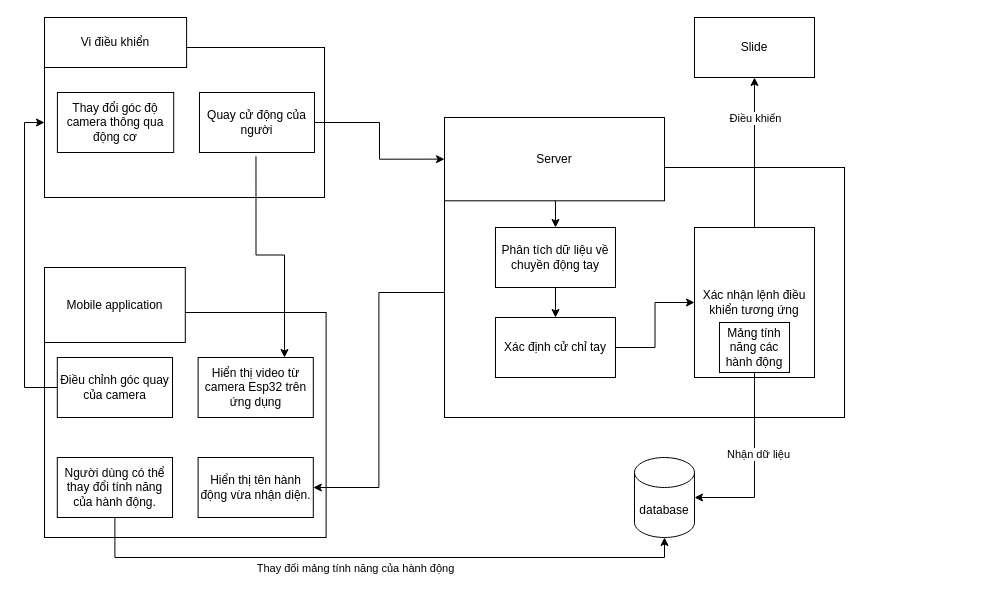
This is page "Flow application" (3 of 6) of Diagram.drawio from thanhvinh73/PBL4, a draw.io file, before an edit. Source tidied: cells renumbered, new cells numbered last; positions are measured from the earlier drawing's top-left corner, leaving out a move shared by most shapes. Both pictures are drawn from the tidied source at 100%, with x=0, y=0 at pixel (24, 17).
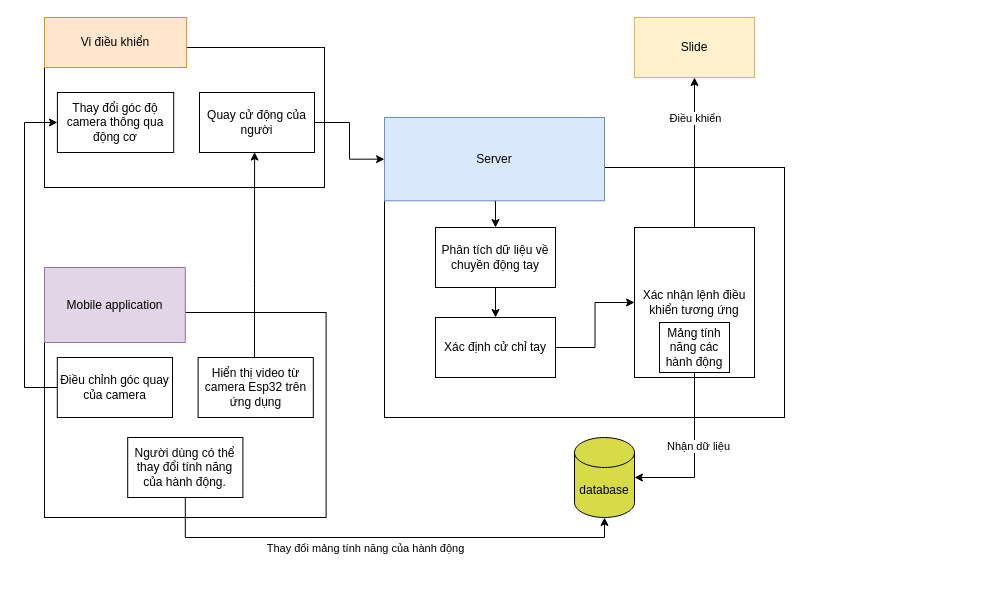
The same page after the edit.

Diff of the diagram source:
```diff
@@
-    <mxCell id="2" style="group;align=left;" parent="1" vertex="1">
-      <mxGeometry x="20" width="310" height="180" as="geometry" />
-    </mxCell>
-    <mxCell id="3" style="rounded=0;whiteSpace=wrap;html=1;" parent="2" vertex="1">
-      <mxGeometry y="30" width="280" height="150" as="geometry" />
+    <mxCell id="3" style="rounded=0;whiteSpace=wrap;html=1;" parent="1" vertex="1">
+      <mxGeometry x="20" y="30" width="280" height="140" as="geometry" />
     </mxCell>
+    <mxCell id="18" style="rounded=0;whiteSpace=wrap;html=1;" parent="1" vertex="1">
+      <mxGeometry x="20" y="295" width="281.6" height="205" as="geometry" />
+    </mxCell>
+    <mxCell id="26" style="edgeStyle=orthogonalEdgeStyle;rounded=0;jettySize=auto;html=1;entryX=0;entryY=0.5;entryDx=0;entryDy=0;" parent="1" edge="1" source="20" target="6">
+      <mxGeometry relative="1" as="geometry">
+        <Array as="points">
+          <mxPoint y="370" />
+          <mxPoint y="105" />
+        </Array>
+      </mxGeometry>
+    </mxCell>
+    <mxCell id="28" style="edgeStyle=orthogonalEdgeStyle;rounded=0;jettySize=auto;html=1;exitX=0.5;exitY=1;exitDx=0;exitDy=0;entryX=0.5;entryY=1;entryDx=0;entryDy=0;entryPerimeter=0;" parent="1" edge="1" source="21" target="24">
+      <mxGeometry relative="1" as="geometry" />
+    </mxCell>
+    <mxCell id="29" value="Thay đổi mảng tính năng của hành động" style="edgeLabel;html=1;align=center;verticalAlign=middle;" parent="28" vertex="1">
+      <mxGeometry x="-0.08" y="-3" relative="1" as="geometry">
+        <mxPoint y="7" as="offset" />
+      </mxGeometry>
+    </mxCell>
+    <mxCell id="19" value="Mobile application" style="rounded=0;whiteSpace=wrap;html=1;fillColor=#e1d5e7;strokeColor=#9673a6;" parent="1" vertex="1">
+      <mxGeometry x="20" y="250" width="140.8" height="75" as="geometry" />
+    </mxCell>
+    <mxCell id="21" value="Người dùng có thể thay đổi tính năng của hành động." style="rounded=0;whiteSpace=wrap;html=1;" parent="1" vertex="1">
+      <mxGeometry x="103.2" y="420" width="115.2" height="60" as="geometry" />
+    </mxCell>
+    <mxCell id="20" value="Điều chỉnh góc quay của camera" style="rounded=0;whiteSpace=wrap;html=1;" parent="1" vertex="1">
+      <mxGeometry x="32.8" y="340" width="115.2" height="60" as="geometry" />
+    </mxCell>
+    <mxCell id="36" style="edgeStyle=orthogonalEdgeStyle;rounded=0;jettySize=auto;html=1;entryX=0.479;entryY=0.993;entryDx=0;entryDy=0;entryPerimeter=0;" parent="1" edge="1" source="23" target="5">
+      <mxGeometry relative="1" as="geometry">
+        <Array as="points">
+          <mxPoint x="230" y="270" />
+          <mxPoint x="230" y="270" />
+        </Array>
+      </mxGeometry>
+    </mxCell>
+    <mxCell id="23" value="Hiển thị video từ camera Esp32 trên ứng dụng" style="rounded=0;whiteSpace=wrap;html=1;" parent="1" vertex="1">
+      <mxGeometry x="173.6" y="340" width="115.2" height="60" as="geometry" />
+    </mxCell>
-    <mxCell id="4" value="Vi điều khiển" style="rounded=0;whiteSpace=wrap;html=1;" parent="2" vertex="1">
-      <mxGeometry width="142.1" height="50" as="geometry" />
+    <mxCell id="4" value="Vi điều khiển" style="rounded=0;whiteSpace=wrap;html=1;fillColor=#ffe6cc;strokeColor=#d79b00;" parent="1" vertex="1">
+      <mxGeometry x="20" width="142.1" height="50" as="geometry" />
     </mxCell>
+    <mxCell id="6" value="Thay đổi góc độ camera thông qua động cơ" style="rounded=0;whiteSpace=wrap;html=1;" parent="1" vertex="1">
+      <mxGeometry x="32.9" y="75" width="116.3" height="60" as="geometry" />
+    </mxCell>
+    <mxCell id="32" style="edgeStyle=orthogonalEdgeStyle;rounded=0;jettySize=auto;html=1;entryX=0;entryY=0.5;entryDx=0;entryDy=0;" parent="1" edge="1" source="5" target="10">
+      <mxGeometry relative="1" as="geometry" />
+    </mxCell>
-    <mxCell id="5" value="Quay cử động của người" style="rounded=0;whiteSpace=wrap;html=1;" parent="2" vertex="1">
-      <mxGeometry x="155" y="75" width="115" height="60" as="geometry" />
+    <mxCell id="5" value="Quay cử động của người" style="rounded=0;whiteSpace=wrap;html=1;" parent="1" vertex="1">
+      <mxGeometry x="175" y="75" width="115" height="60" as="geometry" />
     </mxCell>
-    <mxCell id="6" value="Thay đổi góc độ camera thông qua động cơ" style="rounded=0;whiteSpace=wrap;html=1;" parent="2" vertex="1">
-      <mxGeometry x="12.9" y="75" width="116.3" height="60" as="geometry" />
-    </mxCell>
-    <mxCell id="7" style="group;" parent="1" vertex="1">
-      <mxGeometry x="420" y="100" width="540" height="300" as="geometry" />
-    </mxCell>
-    <mxCell id="8" style="rounded=0;whiteSpace=wrap;html=1;" parent="7" vertex="1">
-      <mxGeometry y="50" width="400" height="250" as="geometry" />
+    <mxCell id="8" style="rounded=0;whiteSpace=wrap;html=1;" parent="1" vertex="1">
+      <mxGeometry x="360" y="150" width="400" height="250" as="geometry" />
     </mxCell>
-    <mxCell id="9" style="edgeStyle=orthogonalEdgeStyle;rounded=0;jettySize=auto;html=1;exitX=0.5;exitY=1;exitDx=0;exitDy=0;entryX=0.5;entryY=0;entryDx=0;entryDy=0;" parent="7" edge="1" source="10" target="12">
+    <mxCell id="9" style="edgeStyle=orthogonalEdgeStyle;rounded=0;jettySize=auto;html=1;exitX=0.5;exitY=1;exitDx=0;exitDy=0;entryX=0.5;entryY=0;entryDx=0;entryDy=0;" parent="1" edge="1" source="10" target="12">
       <mxGeometry relative="1" as="geometry" />
     </mxCell>
-    <mxCell id="10" value="Server" style="rounded=0;whiteSpace=wrap;html=1;" parent="7" vertex="1">
-      <mxGeometry width="220" height="83.3" as="geometry" />
+    <mxCell id="10" value="Server" style="rounded=0;whiteSpace=wrap;html=1;fillColor=#dae8fc;strokeColor=#6c8ebf;" parent="1" vertex="1">
+      <mxGeometry x="360" y="100" width="220" height="83.3" as="geometry" />
     </mxCell>
-    <mxCell id="11" style="edgeStyle=orthogonalEdgeStyle;rounded=0;jettySize=auto;html=1;exitX=0.5;exitY=1;exitDx=0;exitDy=0;entryX=0.5;entryY=0;entryDx=0;entryDy=0;" parent="7" edge="1" source="12" target="14">
+    <mxCell id="11" style="edgeStyle=orthogonalEdgeStyle;rounded=0;jettySize=auto;html=1;exitX=0.5;exitY=1;exitDx=0;exitDy=0;entryX=0.5;entryY=0;entryDx=0;entryDy=0;" parent="1" edge="1" source="12" target="14">
       <mxGeometry relative="1" as="geometry" />
     </mxCell>
-    <mxCell id="12" value="Phân tích dữ liệu về chuyền động tay" style="rounded=0;whiteSpace=wrap;html=1;" parent="7" vertex="1">
-      <mxGeometry x="51" y="110" width="120" height="60" as="geometry" />
+    <mxCell id="12" value="Phân tích dữ liệu về chuyền động tay" style="rounded=0;whiteSpace=wrap;html=1;" parent="1" vertex="1">
+      <mxGeometry x="411" y="210" width="120" height="60" as="geometry" />
     </mxCell>
-    <mxCell id="13" style="edgeStyle=orthogonalEdgeStyle;rounded=0;jettySize=auto;html=1;entryX=0;entryY=0.5;entryDx=0;entryDy=0;" parent="7" edge="1" source="14" target="15">
+    <mxCell id="13" style="edgeStyle=orthogonalEdgeStyle;rounded=0;jettySize=auto;html=1;entryX=0;entryY=0.5;entryDx=0;entryDy=0;" parent="1" edge="1" source="14" target="15">
       <mxGeometry relative="1" as="geometry" />
     </mxCell>
-    <mxCell id="14" value="Xác định cử chỉ tay" style="rounded=0;whiteSpace=wrap;html=1;" parent="7" vertex="1">
-      <mxGeometry x="51" y="200" width="120" height="60" as="geometry" />
+    <mxCell id="14" value="Xác định cử chỉ tay" style="rounded=0;whiteSpace=wrap;html=1;" parent="1" vertex="1">
+      <mxGeometry x="411" y="300" width="120" height="60" as="geometry" />
     </mxCell>
-    <mxCell id="15" value="Xác nhận lệnh điều khiển tương ứng" style="rounded=0;whiteSpace=wrap;html=1;" parent="7" vertex="1">
-      <mxGeometry x="250" y="110" width="120" height="150" as="geometry" />
+    <mxCell id="15" value="Xác nhận lệnh điều khiển tương ứng" style="rounded=0;whiteSpace=wrap;html=1;" parent="1" vertex="1">
+      <mxGeometry x="610" y="210" width="120" height="150" as="geometry" />
     </mxCell>
-    <mxCell id="16" value="Mảng tính năng các hành động" style="rounded=0;whiteSpace=wrap;html=1;" parent="7" vertex="1">
-      <mxGeometry x="275" y="205" width="70" height="50" as="geometry" />
+    <mxCell id="16" value="Mảng tính năng các hành động" style="rounded=0;whiteSpace=wrap;html=1;" parent="1" vertex="1">
+      <mxGeometry x="635" y="305" width="70" height="50" as="geometry" />
     </mxCell>
-    <mxCell id="17" style="group;" parent="1" vertex="1">
-      <mxGeometry x="20" y="250" width="320" height="270" as="geometry" />
-    </mxCell>
-    <mxCell id="18" style="rounded=0;whiteSpace=wrap;html=1;" parent="17" vertex="1">
-      <mxGeometry y="45" width="281.6" height="225" as="geometry" />
-    </mxCell>
-    <mxCell id="19" value="Mobile application" style="rounded=0;whiteSpace=wrap;html=1;" parent="17" vertex="1">
-      <mxGeometry width="140.8" height="75" as="geometry" />
-    </mxCell>
-    <mxCell id="20" value="Điều chỉnh góc quay của camera" style="rounded=0;whiteSpace=wrap;html=1;" parent="17" vertex="1">
-      <mxGeometry x="12.8" y="90" width="115.2" height="60" as="geometry" />
-    </mxCell>
-    <mxCell id="21" value="Người dùng có thể thay đổi tính năng của hành động." style="rounded=0;whiteSpace=wrap;html=1;" parent="17" vertex="1">
-      <mxGeometry x="12.8" y="190" width="115.2" height="60" as="geometry" />
-    </mxCell>
-    <mxCell id="22" value="Hiển thị tên hành động vừa nhận diện." style="rounded=0;whiteSpace=wrap;html=1;" parent="17" vertex="1">
-      <mxGeometry x="153.6" y="190" width="115.2" height="60" as="geometry" />
-    </mxCell>
-    <mxCell id="23" value="Hiển thị video từ camera Esp32 trên ứng dụng" style="rounded=0;whiteSpace=wrap;html=1;" parent="17" vertex="1">
-      <mxGeometry x="153.6" y="90" width="115.2" height="60" as="geometry" />
-    </mxCell>
-    <mxCell id="24" value="database" style="shape=cylinder3;whiteSpace=wrap;html=1;boundedLbl=1;backgroundOutline=1;size=15;" parent="1" vertex="1">
-      <mxGeometry x="610" y="440" width="60" height="80" as="geometry" />
+    <mxCell id="24" value="database" style="shape=cylinder3;whiteSpace=wrap;html=1;boundedLbl=1;backgroundOutline=1;size=15;fillColor=#d8db48;" parent="1" vertex="1">
+      <mxGeometry x="550" y="420" width="60" height="80" as="geometry" />
     </mxCell>
-    <mxCell id="25" value="Slide" style="rounded=0;whiteSpace=wrap;html=1;" parent="1" vertex="1">
-      <mxGeometry x="670" width="120" height="60" as="geometry" />
+    <mxCell id="25" value="Slide" style="rounded=0;whiteSpace=wrap;html=1;fillColor=#fff2cc;strokeColor=#d6b656;gradientColor=none;" parent="1" vertex="1">
+      <mxGeometry x="610" width="120" height="60" as="geometry" />
     </mxCell>
-    <mxCell id="26" style="edgeStyle=orthogonalEdgeStyle;rounded=0;jettySize=auto;html=1;entryX=0;entryY=0.5;entryDx=0;entryDy=0;" parent="1" edge="1" source="20" target="3">
-      <mxGeometry relative="1" as="geometry">
-        <Array as="points">
-          <mxPoint y="370" />
-          <mxPoint y="105" />
-        </Array>
-      </mxGeometry>
-    </mxCell>
-    <mxCell id="27" style="edgeStyle=orthogonalEdgeStyle;rounded=0;jettySize=auto;html=1;exitX=0.491;exitY=1.064;exitDx=0;exitDy=0;entryX=0.75;entryY=0;entryDx=0;entryDy=0;exitPerimeter=0;" parent="1" edge="1" source="5" target="23">
-      <mxGeometry relative="1" as="geometry" />
-    </mxCell>
-    <mxCell id="28" style="edgeStyle=orthogonalEdgeStyle;rounded=0;jettySize=auto;html=1;exitX=0.5;exitY=1;exitDx=0;exitDy=0;entryX=0.5;entryY=1;entryDx=0;entryDy=0;entryPerimeter=0;" parent="1" edge="1" source="21" target="24">
-      <mxGeometry relative="1" as="geometry" />
-    </mxCell>
-    <mxCell id="29" value="Thay đổi mảng tính năng của hành động" style="edgeLabel;html=1;align=center;verticalAlign=middle;" parent="28" vertex="1">
-      <mxGeometry x="-0.08" y="-3" relative="1" as="geometry">
-        <mxPoint y="7" as="offset" />
-      </mxGeometry>
-    </mxCell>
@@
-    <mxCell id="32" style="edgeStyle=orthogonalEdgeStyle;rounded=0;jettySize=auto;html=1;entryX=0;entryY=0.5;entryDx=0;entryDy=0;" parent="1" edge="1" source="5" target="10">
-      <mxGeometry relative="1" as="geometry" />
-    </mxCell>
@@
-    <mxCell id="35" style="edgeStyle=orthogonalEdgeStyle;rounded=0;jettySize=auto;html=1;entryX=1;entryY=0.5;entryDx=0;entryDy=0;" parent="1" edge="1" source="8" target="22">
-      <mxGeometry relative="1" as="geometry" />
-    </mxCell>
```
